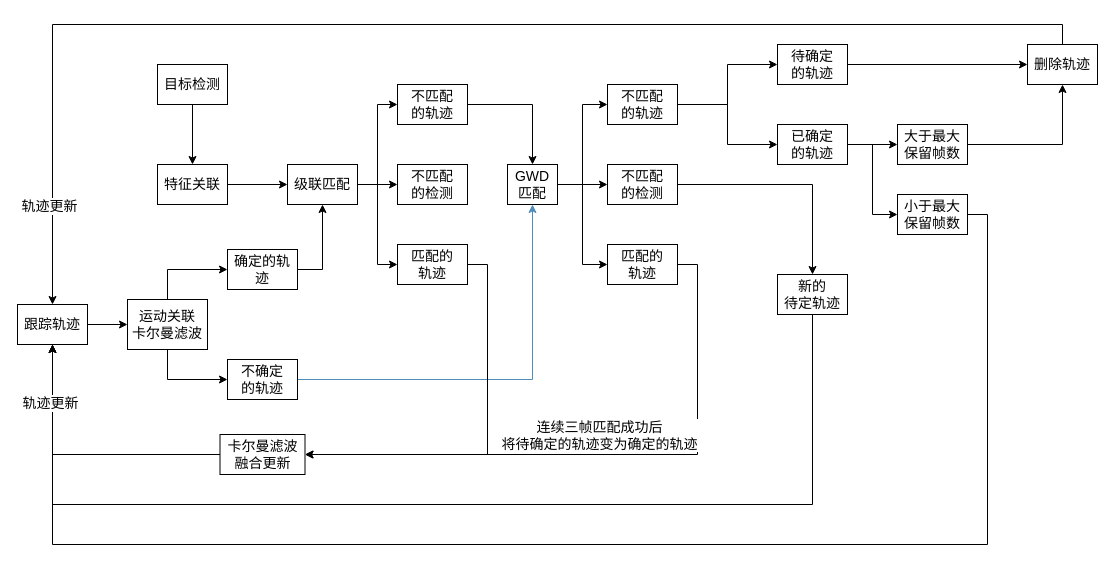
ThrowYouARem/d2l-zh keeps this draw.io diagram as deepsort.drawio. Above is the earlier version. Source tidied: cells renumbered, new cells numbered last; positions are measured from the earlier drawing's top-left corner, leaving out a move shared by most shapes. Both pictures are drawn from the tidied source at 100%, with x=0, y=0 at pixel (17, 44).
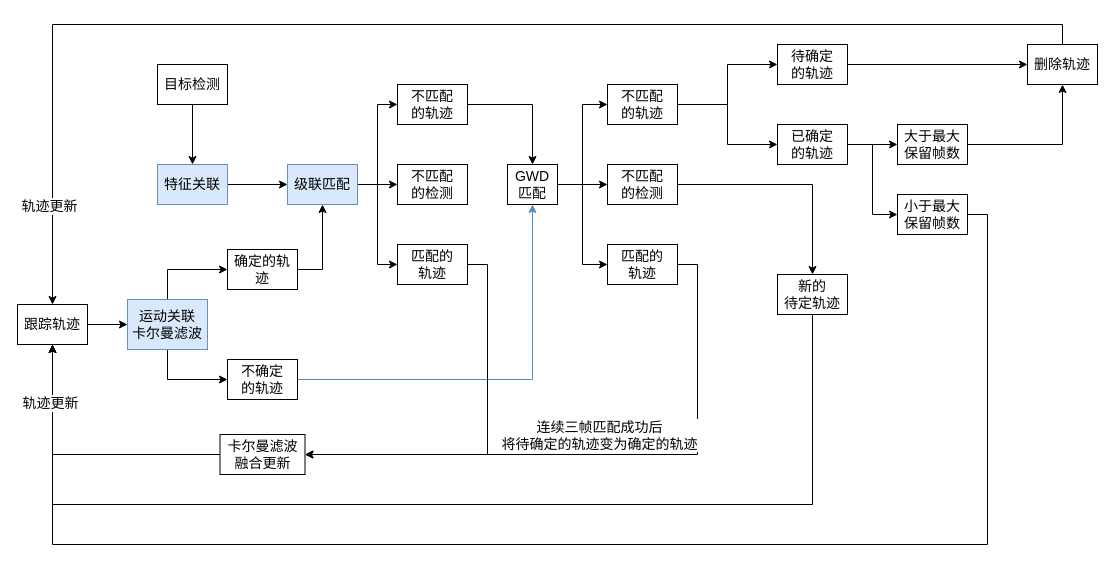
After the change.

Change to the diagram source:
```diff
@@
-    <mxCell id="6" value="运动关联&lt;div&gt;卡尔曼滤波&lt;/div&gt;" style="rounded=0;whiteSpace=wrap;html=1;fontSize=14;" parent="1" vertex="1">
+    <mxCell id="6" value="运动关联&lt;div&gt;卡尔曼滤波&lt;/div&gt;" style="rounded=0;whiteSpace=wrap;html=1;fontSize=14;fillColor=#dae8fc;strokeColor=#6c8ebf;" parent="1" vertex="1">
       <mxGeometry x="110" y="255" width="80" height="50" as="geometry" />
     </mxCell>
@@
-    <mxCell id="12" value="特征关联" style="rounded=0;whiteSpace=wrap;html=1;fontSize=14;" parent="1" vertex="1">
+    <mxCell id="12" value="特征关联" style="rounded=0;whiteSpace=wrap;html=1;fontSize=14;fillColor=#dae8fc;strokeColor=#6c8ebf;" parent="1" vertex="1">
       <mxGeometry x="140" y="120" width="70" height="40" as="geometry" />
     </mxCell>
@@
-    <mxCell id="16" value="级联匹配" style="rounded=0;whiteSpace=wrap;html=1;fontSize=14;" parent="1" vertex="1">
+    <mxCell id="16" value="级联匹配" style="rounded=0;whiteSpace=wrap;html=1;fontSize=14;fillColor=#dae8fc;strokeColor=#6c8ebf;" parent="1" vertex="1">
       <mxGeometry x="270" y="120" width="70" height="40" as="geometry" />
     </mxCell>
```
